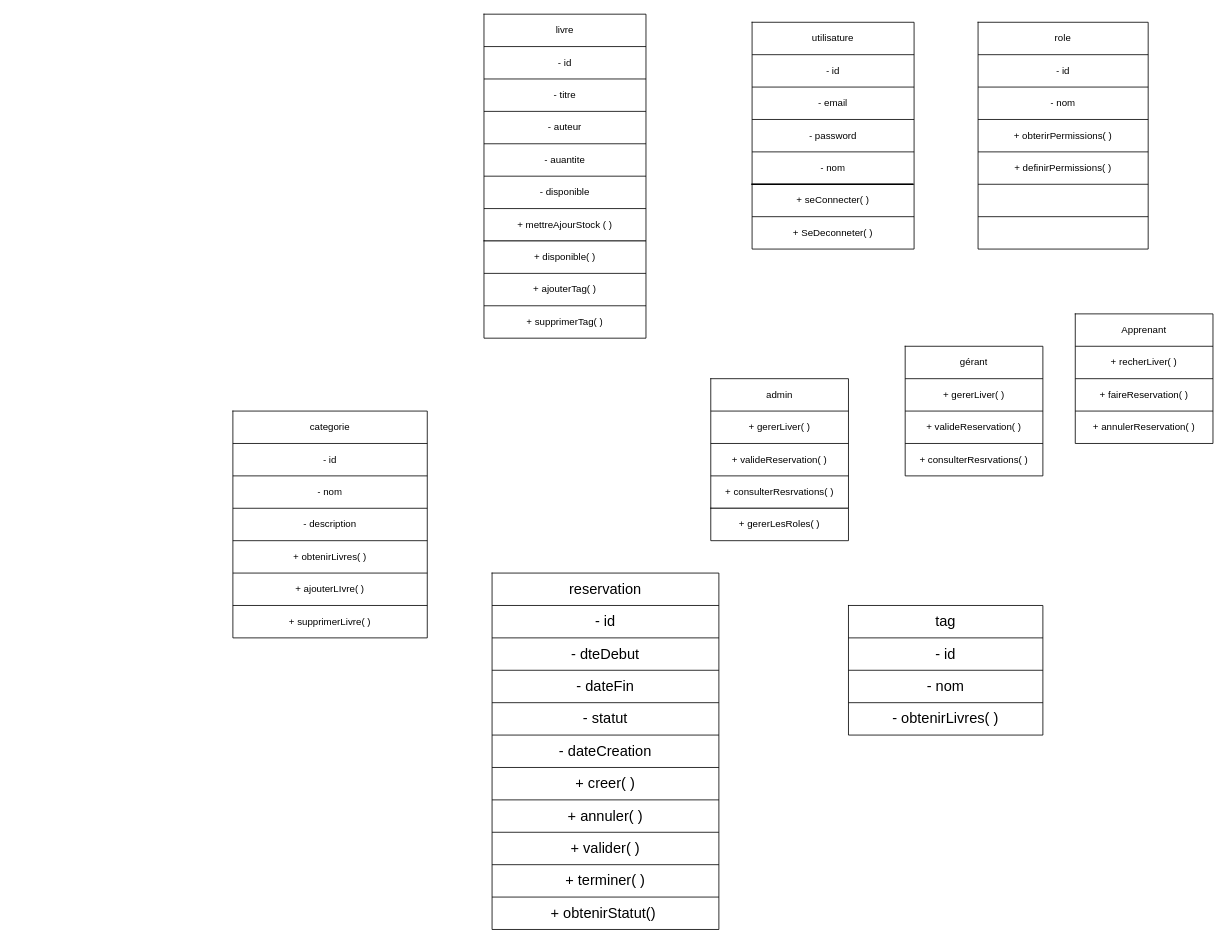
The draw.io diagram class_diagram.dio in Ahmed-Foullane/BiblioSchool, before the edit. Source tidied: cells renumbered, new cells numbered last; positions are measured from the earlier drawing's top-left corner, leaving out a move shared by most shapes. Both pictures are drawn from the tidied source at 81%, with x=0, y=0 at pixel (232, 14).
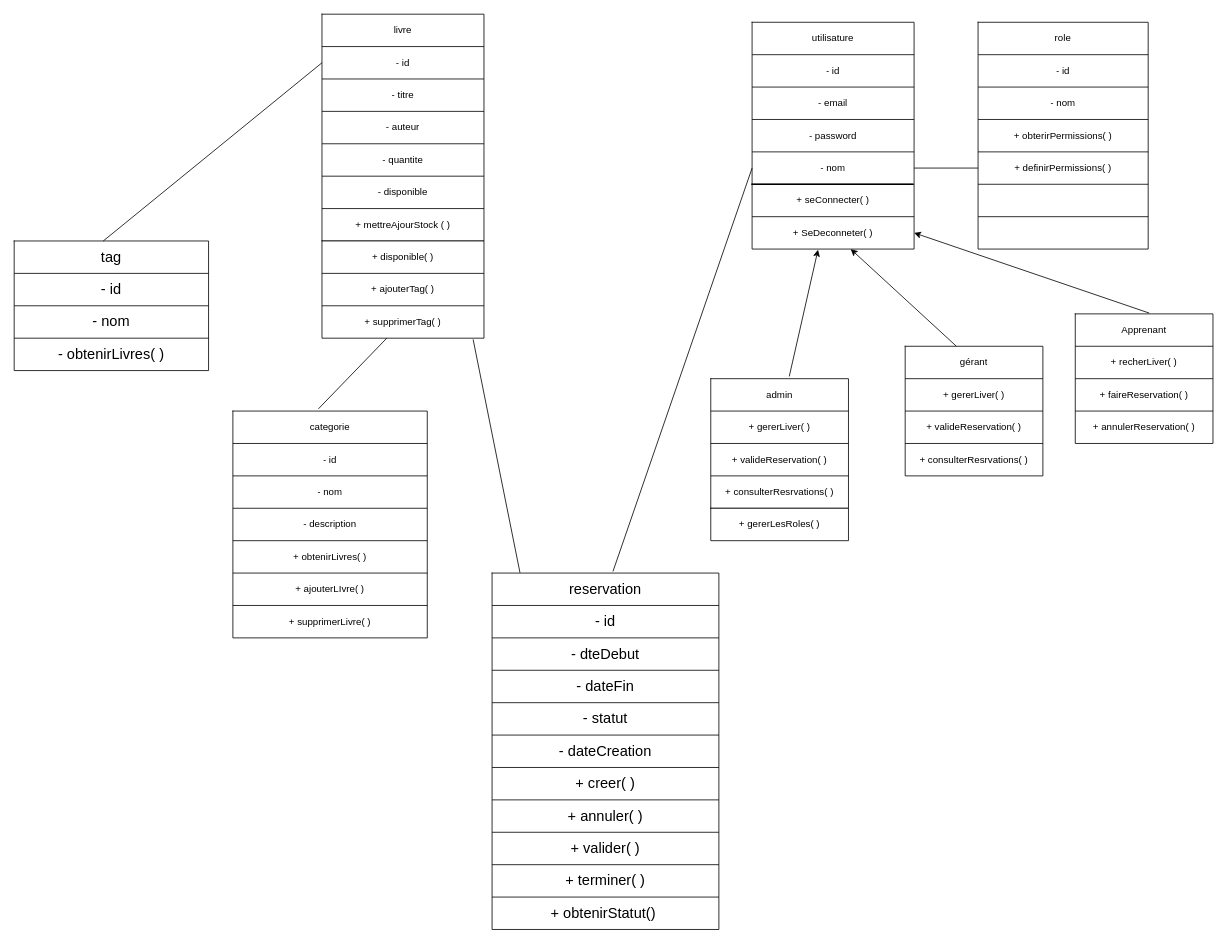
Above is the later version.

The change refers to these unchanged cells:
```xml
<mxCell id="11" style="shape=tableRow;horizontal=0;startSize=0;swimlaneHead=0;swimlaneBody=0;top=0;left=0;bottom=0;right=0;fillColor=none;points=[[0,0.5],[1,0.5]];portConstraint=eastwest;" parent="2" vertex="1">
  <mxGeometry y="160" width="200" height="40" as="geometry" />
</mxCell>
<mxCell id="15" style="shape=tableRow;horizontal=0;startSize=0;swimlaneHead=0;swimlaneBody=0;top=0;left=0;bottom=0;right=0;fillColor=none;points=[[0,0.5],[1,0.5]];portConstraint=eastwest;" parent="2" vertex="1">
  <mxGeometry y="240" width="200" height="40" as="geometry" />
</mxCell>
<mxCell id="19" style="shape=tableRow;horizontal=0;startSize=0;swimlaneHead=0;swimlaneBody=0;top=0;left=0;bottom=0;right=0;fillColor=none;points=[[0,0.5],[1,0.5]];portConstraint=eastwest;" parent="18" vertex="1">
  <mxGeometry width="170" height="40" as="geometry" />
</mxCell>
<mxCell id="28" style="shape=tableRow;horizontal=0;startSize=0;swimlaneHead=0;swimlaneBody=0;top=0;left=0;bottom=0;right=0;fillColor=none;points=[[0,0.5],[1,0.5]];portConstraint=eastwest;" parent="27" vertex="1">
  <mxGeometry width="170" height="40" as="geometry" />
</mxCell>
<mxCell id="37" style="shape=tableRow;horizontal=0;startSize=0;swimlaneHead=0;swimlaneBody=0;top=0;left=0;bottom=0;right=0;fillColor=none;points=[[0,0.5],[1,0.5]];portConstraint=eastwest;" parent="36" vertex="1">
  <mxGeometry width="170" height="40" as="geometry" />
</mxCell>
<mxCell id="54" style="shape=tableRow;horizontal=0;startSize=0;swimlaneHead=0;swimlaneBody=0;top=0;left=0;bottom=0;right=0;fillColor=none;points=[[0,0.5],[1,0.5]];portConstraint=eastwest;" parent="45" vertex="1">
  <mxGeometry y="160" width="210" height="40" as="geometry" />
</mxCell>
<mxCell id="63" style="shape=tableRow;horizontal=0;startSize=0;swimlaneHead=0;swimlaneBody=0;top=0;left=0;bottom=0;right=0;fillColor=none;points=[[0,0.5],[1,0.5]];portConstraint=eastwest;" parent="60" vertex="1">
  <mxGeometry y="40" width="200" height="40" as="geometry" />
</mxCell>
<mxCell id="69" style="shape=tableRow;horizontal=0;startSize=0;swimlaneHead=0;swimlaneBody=0;top=0;left=0;bottom=0;right=0;fillColor=none;" parent="60" vertex="1">
  <mxGeometry y="160" width="200" height="40" as="geometry" />
</mxCell>
<mxCell id="80" style="shape=tableRow;horizontal=0;startSize=0;swimlaneHead=0;swimlaneBody=0;top=0;left=0;bottom=0;right=0;fillColor=none;points=[[0,0.5],[1,0.5]];portConstraint=eastwest;" parent="75" vertex="1">
  <mxGeometry y="80" width="200" height="40" as="geometry" />
</mxCell>
<mxCell id="83" style="shape=tableRow;horizontal=0;startSize=0;swimlaneHead=0;swimlaneBody=0;top=0;left=0;bottom=0;right=0;fillColor=none;points=[[0,0.5],[1,0.5]];portConstraint=eastwest;" parent="82" vertex="1">
  <mxGeometry width="240" height="40" as="geometry" />
</mxCell>
<mxCell id="98" style="shape=tableRow;horizontal=0;startSize=0;swimlaneHead=0;swimlaneBody=0;top=0;left=0;bottom=0;right=0;fillColor=none;points=[[0,0.5],[1,0.5]];portConstraint=eastwest;" parent="97" vertex="1">
  <mxGeometry width="280" height="40" as="geometry" />
</mxCell>
```

What changed in the source:
```diff
@@
     <mxCell id="60" style="shape=table;startSize=0;childLayout=tableLayout;" parent="1" vertex="1">
-      <mxGeometry x="310" width="200" height="280" as="geometry" />
+      <mxGeometry x="110" width="200" height="280" as="geometry" />
     </mxCell>
@@
-    <mxCell id="70" value="- auantite" style="shape=partialRectangle;html=1;whiteSpace=wrap;overflow=hidden;fillColor=none;top=0;left=0;bottom=0;right=0;" parent="69" vertex="1">
+    <mxCell id="70" value="- quantite" style="shape=partialRectangle;html=1;whiteSpace=wrap;overflow=hidden;fillColor=none;top=0;left=0;bottom=0;right=0;" parent="69" vertex="1">
       <mxGeometry width="200" height="40" as="geometry" />
     </mxCell>
@@
     <mxCell id="75" style="shape=table;startSize=0;childLayout=tableLayout;" parent="1" vertex="1">
-      <mxGeometry x="310" y="280" width="200" height="120" as="geometry" />
+      <mxGeometry x="110" y="280" width="200" height="120" as="geometry" />
     </mxCell>
@@
     <mxCell id="120" style="shape=table;startSize=0;childLayout=tableLayout;fontSize=18;" parent="1" vertex="1">
-      <mxGeometry x="760" y="730" width="240" height="160" as="geometry" />
+      <mxGeometry x="-270" y="280" width="240" height="160" as="geometry" />
     </mxCell>
@@
+    <mxCell id="132" style="endArrow=classic;html=1;entryX=0.407;entryY=1.019;entryDx=0;entryDy=0;entryPerimeter=0;exitX=0.57;exitY=-0.069;exitDx=0;exitDy=0;exitPerimeter=0;" parent="1" edge="1" source="37" target="15">
+      <mxGeometry relative="1" as="geometry" />
+    </mxCell>
+    <mxCell id="133" style="endArrow=classic;html=1;" parent="1" edge="1" source="28" target="15">
+      <mxGeometry relative="1" as="geometry" />
+    </mxCell>
+    <mxCell id="134" style="endArrow=classic;html=1;exitX=0.537;exitY=-0.025;exitDx=0;exitDy=0;exitPerimeter=0;entryX=1;entryY=0.5;entryDx=0;entryDy=0;" parent="1" edge="1" source="19" target="15">
+      <mxGeometry relative="1" as="geometry" />
+    </mxCell>
+    <mxCell id="135" style="endArrow=none;html=1;entryX=0;entryY=0.5;entryDx=0;entryDy=0;exitX=1;exitY=0.5;exitDx=0;exitDy=0;" parent="1" edge="1" source="11" target="54">
+      <mxGeometry relative="1" as="geometry" />
+    </mxCell>
+    <mxCell id="136" style="endArrow=none;html=1;entryX=0;entryY=0.5;entryDx=0;entryDy=0;exitX=0.533;exitY=-0.05;exitDx=0;exitDy=0;exitPerimeter=0;" parent="1" edge="1" source="98" target="11">
+      <mxGeometry relative="1" as="geometry" />
+    </mxCell>
+    <mxCell id="137" style="endArrow=none;html=1;exitX=0.44;exitY=-0.068;exitDx=0;exitDy=0;exitPerimeter=0;" parent="1" edge="1" source="83">
+      <mxGeometry relative="1" as="geometry">
+        <mxPoint x="190" y="400" as="targetPoint" />
+      </mxGeometry>
+    </mxCell>
+    <mxCell id="138" style="endArrow=none;html=1;entryX=0;entryY=0.5;entryDx=0;entryDy=0;" parent="1" edge="1" target="63">
+      <mxGeometry relative="1" as="geometry">
+        <mxPoint x="-160" y="280" as="sourcePoint" />
+      </mxGeometry>
+    </mxCell>
+    <mxCell id="139" style="endArrow=none;html=1;entryX=0.933;entryY=1.038;entryDx=0;entryDy=0;entryPerimeter=0;exitX=0.123;exitY=-0.013;exitDx=0;exitDy=0;exitPerimeter=0;" parent="1" edge="1" source="98" target="80">
+      <mxGeometry relative="1" as="geometry" />
+    </mxCell>
```
